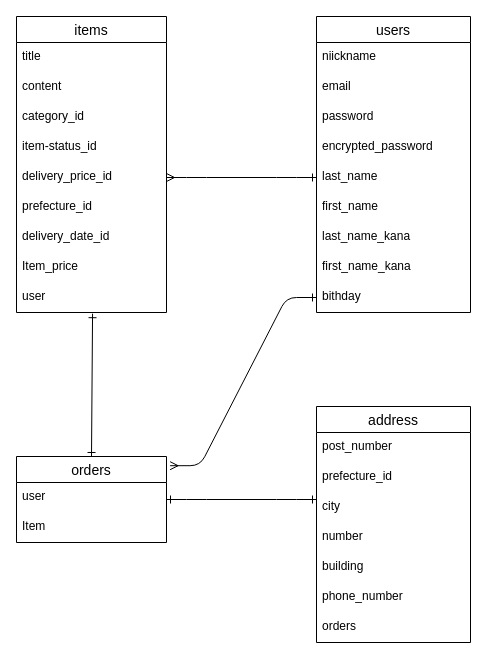
Before: test.dio in techfukase/furima-41003, a draw.io diagram. Source tidied: cells renumbered, new cells numbered last; positions are measured from the earlier drawing's top-left corner, leaving out a move shared by most shapes. Both pictures are drawn from the tidied source at 100%, with x=0, y=0 at pixel (16, 16).
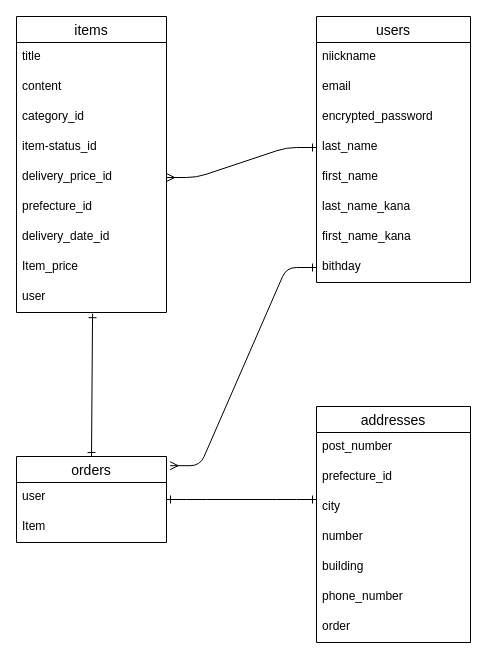
The same page after the edit.

Change to the diagram source:
```diff
@@
     <mxCell id="12" value="users" style="swimlane;fontStyle=0;horizontal=1;startSize=26;align=center;fontSize=14;" parent="1" vertex="1">
-      <mxGeometry x="300" width="154" height="296" as="geometry" />
+      <mxGeometry x="300" width="154" height="266" as="geometry" />
     </mxCell>
@@
-    <mxCell id="15" value="password" style="text;strokeColor=none;fillColor=none;spacingLeft=4;spacingRight=4;overflow=hidden;fontSize=12;" parent="12" vertex="1">
-      <mxGeometry y="86" width="154" height="30" as="geometry" />
-    </mxCell>
     <mxCell id="16" value="encrypted_password" style="text;strokeColor=none;fillColor=none;spacingLeft=4;spacingRight=4;overflow=hidden;fontSize=12;" parent="12" vertex="1">
-      <mxGeometry y="116" width="154" height="30" as="geometry" />
+      <mxGeometry y="86" width="154" height="30" as="geometry" />
     </mxCell>
     <mxCell id="17" value="last_name" style="text;strokeColor=none;fillColor=none;spacingLeft=4;spacingRight=4;overflow=hidden;points=[[0,0.5],[1,0.5]];portConstraint=eastwest;fontSize=12;" parent="12" vertex="1">
-      <mxGeometry y="146" width="154" height="30" as="geometry" />
+      <mxGeometry y="116" width="154" height="30" as="geometry" />
     </mxCell>
     <mxCell id="18" value="first_name" style="text;strokeColor=none;fillColor=none;spacingLeft=4;spacingRight=4;overflow=hidden;fontSize=12;" parent="12" vertex="1">
-      <mxGeometry y="176" width="154" height="30" as="geometry" />
+      <mxGeometry y="146" width="154" height="30" as="geometry" />
     </mxCell>
     <mxCell id="19" value="last_name_kana" style="text;strokeColor=none;fillColor=none;spacingLeft=4;spacingRight=4;overflow=hidden;fontSize=12;" parent="12" vertex="1">
-      <mxGeometry y="206" width="154" height="30" as="geometry" />
+      <mxGeometry y="176" width="154" height="30" as="geometry" />
     </mxCell>
     <mxCell id="20" value="first_name_kana" style="text;strokeColor=none;fillColor=none;spacingLeft=4;spacingRight=4;overflow=hidden;fontSize=12;" parent="12" vertex="1">
-      <mxGeometry y="236" width="154" height="30" as="geometry" />
+      <mxGeometry y="206" width="154" height="30" as="geometry" />
     </mxCell>
     <mxCell id="21" value="bithday" style="text;strokeColor=none;fillColor=none;spacingLeft=4;spacingRight=4;overflow=hidden;points=[[0,0.5],[1,0.5]];portConstraint=eastwest;fontSize=12;" parent="12" vertex="1">
-      <mxGeometry y="266" width="154" height="30" as="geometry" />
+      <mxGeometry y="236" width="154" height="30" as="geometry" />
     </mxCell>
@@
-    <mxCell id="25" value="address" style="swimlane;fontStyle=0;horizontal=1;startSize=26;align=center;fontSize=14;" parent="1" vertex="1">
+    <mxCell id="25" value="addresses" style="swimlane;fontStyle=0;horizontal=1;startSize=26;align=center;fontSize=14;" parent="1" vertex="1">
       <mxGeometry x="300" y="390" width="154" height="236" as="geometry" />
     </mxCell>
@@
-    <mxCell id="32" value="orders" style="text;strokeColor=none;fillColor=none;spacingLeft=4;spacingRight=4;overflow=hidden;fontSize=12;" parent="25" vertex="1">
+    <mxCell id="32" value="order" style="text;strokeColor=none;fillColor=none;spacingLeft=4;spacingRight=4;overflow=hidden;fontSize=12;" parent="25" vertex="1">
       <mxGeometry y="206" width="154" height="30" as="geometry" />
     </mxCell>
```
